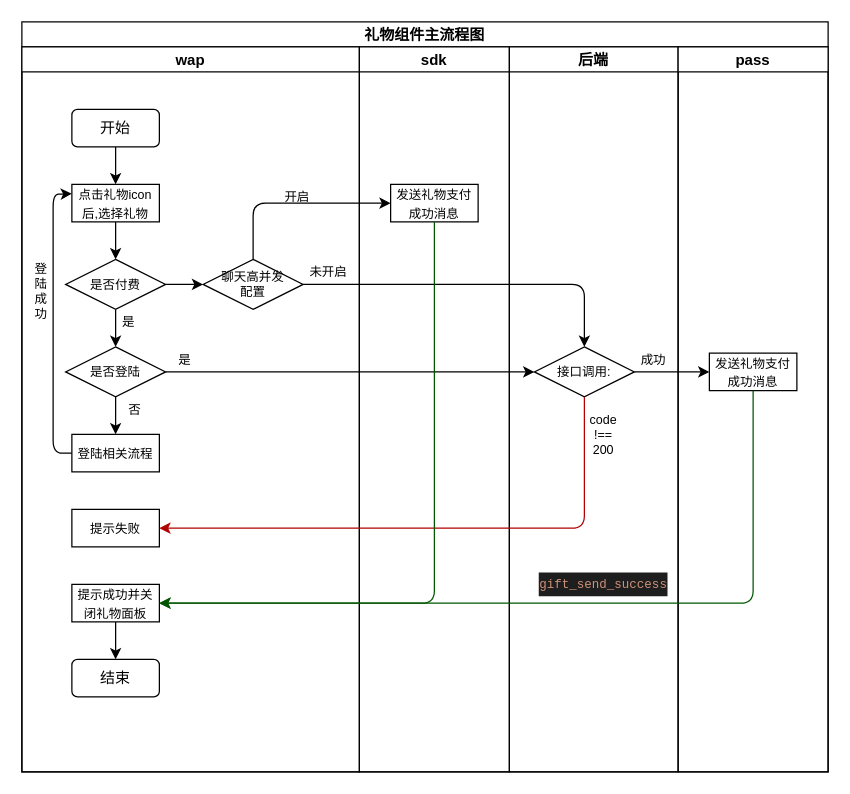
Before: src/packages/footer-tools/src/component/gifts/doc/gifts.drawio in github-zoqg/vhall-platform, a draw.io diagram. Source tidied: cells renumbered, new cells numbered last; positions are measured from the earlier drawing's top-left corner, leaving out a move shared by most shapes. Both pictures are drawn from the tidied source at 125%, with x=0, y=0 at pixel (21, 21).
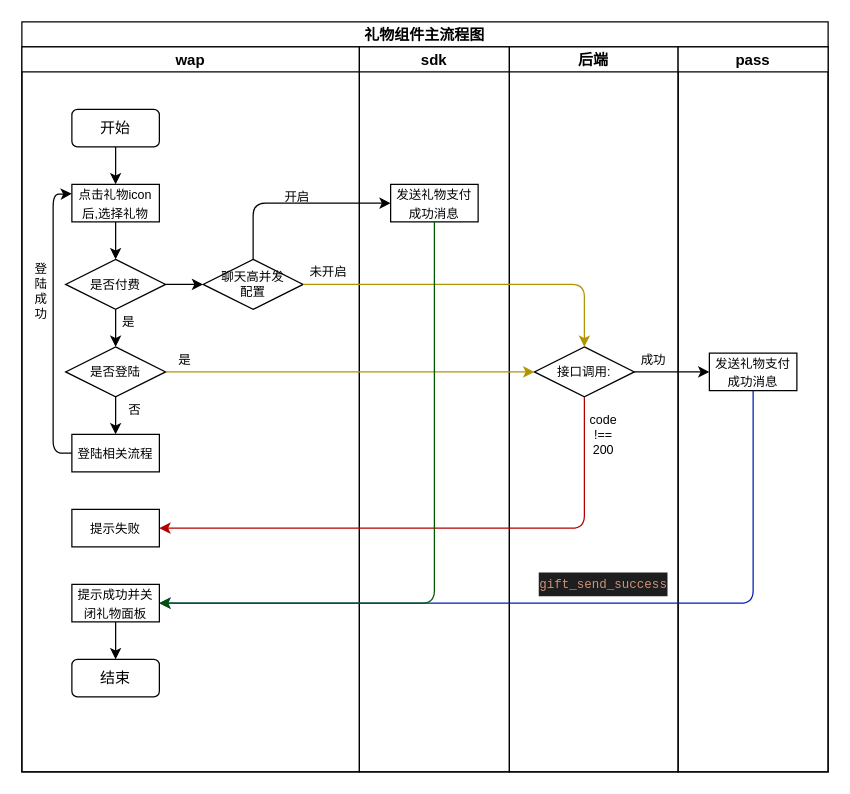
After the change.

The change refers to these unchanged cells:
```xml
<mxCell id="2" value="礼物组件主流程图" style="swimlane;startSize=20;" parent="1" vertex="1">
  <mxGeometry width="645" height="600" as="geometry" />
</mxCell>
<mxCell id="12" value="是否登陆" style="rhombus;whiteSpace=wrap;html=1;fontSize=10;" parent="3" vertex="1">
  <mxGeometry x="35" y="240" width="80" height="40" as="geometry" />
</mxCell>
<mxCell id="20" value="&lt;font style=&quot;font-size: 10px&quot;&gt;提示成功并关闭礼物面板&lt;/font&gt;" style="rounded=0;whiteSpace=wrap;html=1;" parent="3" vertex="1">
  <mxGeometry x="40" y="430" width="70" height="30" as="geometry" />
</mxCell>
<mxCell id="22" value="聊天高并发&lt;br&gt;配置" style="rhombus;whiteSpace=wrap;html=1;fontSize=10;" parent="3" vertex="1">
  <mxGeometry x="145" y="170" width="80" height="40" as="geometry" />
</mxCell>
<mxCell id="28" value="接口调用:" style="rhombus;whiteSpace=wrap;html=1;fontSize=10;" parent="27" vertex="1">
  <mxGeometry x="20" y="240" width="80" height="40" as="geometry" />
</mxCell>
<mxCell id="33" value="&lt;font style=&quot;font-size: 10px&quot;&gt;发送礼物支付成功消息&lt;/font&gt;" style="rounded=0;whiteSpace=wrap;html=1;" parent="32" vertex="1">
  <mxGeometry x="25" y="245" width="70" height="30" as="geometry" />
</mxCell>
```

Diff of the diagram source:
```diff
@@
-    <mxCell id="36" style="edgeStyle=none;html=1;fontSize=10;entryX=1;entryY=0.5;entryDx=0;entryDy=0;fillColor=#008a00;strokeColor=#005700;" parent="2" edge="1" source="33" target="20">
+    <mxCell id="36" style="edgeStyle=none;html=1;fontSize=10;entryX=1;entryY=0.5;entryDx=0;entryDy=0;fillColor=#0050ef;strokeColor=#001DBC;" parent="2" edge="1" source="33" target="20">
       <mxGeometry relative="1" as="geometry">
         <Array as="points">
           <mxPoint x="585" y="465" />
         </Array>
       </mxGeometry>
     </mxCell>
-    <mxCell id="37" style="edgeStyle=none;html=1;exitX=1;exitY=0.5;exitDx=0;exitDy=0;fontSize=10;entryX=0;entryY=0.5;entryDx=0;entryDy=0;" parent="2" edge="1" source="12" target="28">
+    <mxCell id="37" style="edgeStyle=none;html=1;exitX=1;exitY=0.5;exitDx=0;exitDy=0;fontSize=10;entryX=0;entryY=0.5;entryDx=0;entryDy=0;fillColor=#e3c800;strokeColor=#B09500;" parent="2" edge="1" source="12" target="28">
       <mxGeometry relative="1" as="geometry" />
     </mxCell>
-    <mxCell id="38" style="edgeStyle=none;html=1;entryX=0.5;entryY=0;entryDx=0;entryDy=0;fontSize=10;exitX=1;exitY=0.5;exitDx=0;exitDy=0;" parent="2" edge="1" source="22" target="28">
+    <mxCell id="38" style="edgeStyle=none;html=1;entryX=0.5;entryY=0;entryDx=0;entryDy=0;fontSize=10;exitX=1;exitY=0.5;exitDx=0;exitDy=0;fillColor=#e3c800;strokeColor=#B09500;" parent="2" edge="1" source="22" target="28">
       <mxGeometry relative="1" as="geometry">
         <Array as="points">
           <mxPoint x="450" y="210" />
         </Array>
       </mxGeometry>
     </mxCell>
```
